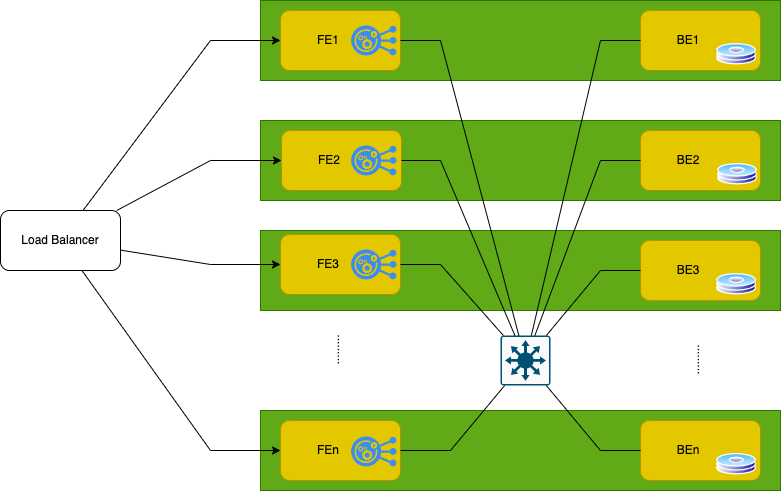
psaghelyi/pystorage keeps this draw.io diagram as pystorage.drawio.png. Above is the earlier version. Source tidied: cells renumbered, new cells last; positions are measured from the earlier drawing's top-left corner, leaving out a move shared by most shapes.
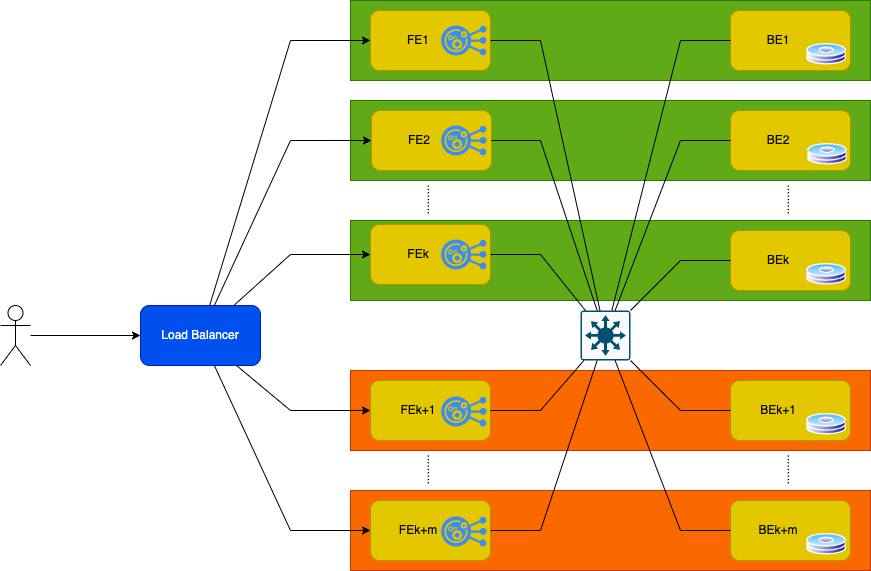
The same file after the commit.

The edit, as a diff of the source:
```diff
@@ -2,161 +2,209 @@
   <root>
     <mxCell id="0" />
     <mxCell id="1" parent="0" />
-    <mxCell id="2" style="rounded=0;whiteSpace=wrap;html=1;fillColor=#60a917;strokeColor=#2D7600;fontColor=#ffffff;" parent="1" vertex="1">
-      <mxGeometry x="260" y="410" width="520" height="80" as="geometry" />
+    <mxCell id="2" style="rounded=0;whiteSpace=wrap;html=1;fillColor=#fa6800;strokeColor=#C73500;fontColor=#000000;" parent="1" vertex="1">
+      <mxGeometry x="350" y="310" width="520" height="80" as="geometry" />
     </mxCell>
     <mxCell id="3" style="rounded=0;whiteSpace=wrap;html=1;fillColor=#60a917;strokeColor=#2D7600;fontColor=#ffffff;" parent="1" vertex="1">
-      <mxGeometry x="260" y="230" width="520" height="80" as="geometry" />
+      <mxGeometry x="350" y="160" width="520" height="80" as="geometry" />
     </mxCell>
     <mxCell id="4" style="rounded=0;whiteSpace=wrap;html=1;fillColor=#60a917;strokeColor=#2D7600;fontColor=#ffffff;" parent="1" vertex="1">
-      <mxGeometry x="260" y="120" width="520" height="80" as="geometry" />
+      <mxGeometry x="350" y="40" width="520" height="80" as="geometry" />
     </mxCell>
     <mxCell id="5" style="rounded=0;whiteSpace=wrap;html=1;fillColor=#60a917;strokeColor=#2D7600;fontColor=#ffffff;" parent="1" vertex="1">
-      <mxGeometry x="260" width="520" height="80" as="geometry" />
+      <mxGeometry x="350" y="-60" width="520" height="80" as="geometry" />
     </mxCell>
-    <mxCell id="6" value="Load Balancer" style="rounded=1;whiteSpace=wrap;html=1;" parent="1" vertex="1">
-      <mxGeometry y="210" width="120" height="60" as="geometry" />
+    <mxCell id="6" value="Load Balancer" style="rounded=1;whiteSpace=wrap;html=1;fillColor=#0050ef;fontColor=#ffffff;strokeColor=#001DBC;" parent="1" vertex="1">
+      <mxGeometry x="140" y="245" width="120" height="60" as="geometry" />
     </mxCell>
     <mxCell id="7" value="FE1" style="rounded=1;whiteSpace=wrap;html=1;fillColor=#e3c800;fontColor=#000000;strokeColor=#B09500;spacingRight=24;" parent="1" vertex="1">
-      <mxGeometry x="280" y="10" width="120" height="60" as="geometry" />
+      <mxGeometry x="370" y="-50" width="120" height="60" as="geometry" />
     </mxCell>
     <mxCell id="8" value="FE2" style="rounded=1;whiteSpace=wrap;html=1;fillColor=#e3c800;fontColor=#000000;strokeColor=#B09500;spacingRight=24;" parent="1" vertex="1">
-      <mxGeometry x="281" y="130" width="120" height="60" as="geometry" />
+      <mxGeometry x="371" y="50" width="120" height="60" as="geometry" />
     </mxCell>
-    <mxCell id="9" value="FE3" style="rounded=1;whiteSpace=wrap;html=1;fillColor=#e3c800;fontColor=#000000;strokeColor=#B09500;spacingRight=24;" parent="1" vertex="1">
-      <mxGeometry x="280" y="234" width="120" height="60" as="geometry" />
+    <mxCell id="9" value="FEk" style="rounded=1;whiteSpace=wrap;html=1;fillColor=#e3c800;fontColor=#000000;strokeColor=#B09500;spacingRight=24;" parent="1" vertex="1">
+      <mxGeometry x="370" y="164" width="120" height="60" as="geometry" />
     </mxCell>
-    <mxCell id="10" value="FEn" style="rounded=1;whiteSpace=wrap;html=1;fillColor=#e3c800;fontColor=#000000;strokeColor=#B09500;spacingRight=24;" parent="1" vertex="1">
-      <mxGeometry x="280" y="420" width="120" height="60" as="geometry" />
+    <mxCell id="10" value="FEk+1" style="rounded=1;whiteSpace=wrap;html=1;fillColor=#e3c800;fontColor=#000000;strokeColor=#B09500;spacingRight=24;" parent="1" vertex="1">
+      <mxGeometry x="370" y="320" width="120" height="60" as="geometry" />
     </mxCell>
     <mxCell id="11" value="BE1" style="rounded=1;whiteSpace=wrap;html=1;fillColor=#e3c800;fontColor=#000000;strokeColor=#B09500;spacingRight=24;" parent="1" vertex="1">
-      <mxGeometry x="640" y="10" width="120" height="60" as="geometry" />
+      <mxGeometry x="730" y="-50" width="120" height="60" as="geometry" />
     </mxCell>
     <mxCell id="12" value="BE2" style="rounded=1;whiteSpace=wrap;html=1;fillColor=#e3c800;fontColor=#000000;strokeColor=#B09500;spacingRight=24;" parent="1" vertex="1">
-      <mxGeometry x="640" y="130" width="120" height="60" as="geometry" />
+      <mxGeometry x="730" y="50" width="120" height="60" as="geometry" />
     </mxCell>
-    <mxCell id="13" value="BE3" style="rounded=1;whiteSpace=wrap;html=1;fillColor=#e3c800;fontColor=#000000;strokeColor=#B09500;spacingRight=24;" parent="1" vertex="1">
-      <mxGeometry x="640" y="240" width="120" height="60" as="geometry" />
+    <mxCell id="13" value="BEk" style="rounded=1;whiteSpace=wrap;html=1;fillColor=#e3c800;fontColor=#000000;strokeColor=#B09500;spacingRight=24;" parent="1" vertex="1">
+      <mxGeometry x="730" y="170" width="120" height="60" as="geometry" />
     </mxCell>
-    <mxCell id="14" value="BEn" style="rounded=1;whiteSpace=wrap;html=1;fillColor=#e3c800;fontColor=#000000;strokeColor=#B09500;spacingRight=24;" parent="1" vertex="1">
-      <mxGeometry x="640" y="420" width="120" height="60" as="geometry" />
+    <mxCell id="14" value="BEk+1" style="rounded=1;whiteSpace=wrap;html=1;fillColor=#e3c800;fontColor=#000000;strokeColor=#B09500;spacingRight=24;" parent="1" vertex="1">
+      <mxGeometry x="730" y="320" width="120" height="60" as="geometry" />
     </mxCell>
     <mxCell id="15" style="sketch=0;points=[[0.015,0.015,0],[0.985,0.015,0],[0.985,0.985,0],[0.015,0.985,0],[0.25,0,0],[0.5,0,0],[0.75,0,0],[1,0.25,0],[1,0.5,0],[1,0.75,0],[0.75,1,0],[0.5,1,0],[0.25,1,0],[0,0.75,0],[0,0.5,0],[0,0.25,0]];verticalLabelPosition=bottom;html=1;verticalAlign=top;align=center;shape=mxgraph.cisco19.rect;prIcon=l3_switch;fillColor=#FAFAFA;strokeColor=#005073;" parent="1" vertex="1">
-      <mxGeometry x="500" y="335" width="50" height="50" as="geometry" />
+      <mxGeometry x="580" y="250" width="50" height="50" as="geometry" />
     </mxCell>
     <mxCell id="16" style="endArrow=none;html=1;rounded=0;" parent="1" edge="1" source="15" target="7">
       <mxGeometry relative="1" as="geometry">
         <Array as="points">
-          <mxPoint x="440" y="40" />
+          <mxPoint x="540" y="-20" />
         </Array>
       </mxGeometry>
     </mxCell>
     <mxCell id="17" style="endArrow=none;html=1;rounded=0;" parent="1" edge="1" source="15" target="8">
       <mxGeometry relative="1" as="geometry">
         <Array as="points">
-          <mxPoint x="440" y="160" />
+          <mxPoint x="540" y="80" />
         </Array>
       </mxGeometry>
     </mxCell>
     <mxCell id="18" style="endArrow=none;html=1;rounded=0;" parent="1" edge="1" source="15" target="9">
       <mxGeometry relative="1" as="geometry">
         <Array as="points">
-          <mxPoint x="440" y="264" />
+          <mxPoint x="540" y="194" />
         </Array>
       </mxGeometry>
     </mxCell>
-    <mxCell id="19" style="endArrow=none;html=1;rounded=0;" parent="1" edge="1" source="15" target="10">
-      <mxGeometry relative="1" as="geometry">
-        <Array as="points">
-          <mxPoint x="450" y="450" />
-        </Array>
-      </mxGeometry>
-    </mxCell>
     <mxCell id="20" style="endArrow=none;html=1;rounded=0;" parent="1" edge="1" source="15" target="11">
       <mxGeometry relative="1" as="geometry">
         <Array as="points">
-          <mxPoint x="600" y="40" />
+          <mxPoint x="680" y="-20" />
         </Array>
       </mxGeometry>
     </mxCell>
     <mxCell id="21" style="endArrow=none;html=1;rounded=0;" parent="1" edge="1" source="15" target="12">
       <mxGeometry relative="1" as="geometry">
         <Array as="points">
-          <mxPoint x="600" y="160" />
+          <mxPoint x="680" y="80" />
         </Array>
       </mxGeometry>
     </mxCell>
     <mxCell id="22" style="endArrow=none;html=1;rounded=0;" parent="1" edge="1" source="15" target="13">
       <mxGeometry relative="1" as="geometry">
         <Array as="points">
-          <mxPoint x="600" y="270" />
+          <mxPoint x="680" y="200" />
         </Array>
       </mxGeometry>
     </mxCell>
-    <mxCell id="23" style="endArrow=none;html=1;rounded=0;" parent="1" edge="1" source="15" target="14">
-      <mxGeometry relative="1" as="geometry">
-        <Array as="points">
-          <mxPoint x="600" y="450" />
-        </Array>
-      </mxGeometry>
-    </mxCell>
     <mxCell id="24" style="endArrow=classic;html=1;rounded=0;" parent="1" edge="1" source="6" target="7">
       <mxGeometry relative="1" as="geometry">
         <Array as="points">
-          <mxPoint x="210" y="40" />
+          <mxPoint x="290" y="-20" />
         </Array>
       </mxGeometry>
     </mxCell>
     <mxCell id="25" style="endArrow=classic;html=1;rounded=0;" parent="1" edge="1" source="6" target="8">
       <mxGeometry relative="1" as="geometry">
         <Array as="points">
-          <mxPoint x="210" y="160" />
+          <mxPoint x="290" y="80" />
         </Array>
       </mxGeometry>
     </mxCell>
     <mxCell id="26" style="endArrow=classic;html=1;rounded=0;" parent="1" edge="1" source="6" target="9">
       <mxGeometry relative="1" as="geometry">
         <Array as="points">
-          <mxPoint x="210" y="264" />
+          <mxPoint x="290" y="194" />
         </Array>
       </mxGeometry>
     </mxCell>
     <mxCell id="27" style="endArrow=classic;html=1;rounded=0;" parent="1" edge="1" source="6" target="10">
       <mxGeometry relative="1" as="geometry">
         <Array as="points">
-          <mxPoint x="210" y="450" />
+          <mxPoint x="290" y="350" />
         </Array>
       </mxGeometry>
     </mxCell>
     <mxCell id="28" value="........." style="text;html=1;align=center;verticalAlign=middle;strokeColor=none;fillColor=none;horizontal=0;" parent="1" vertex="1">
-      <mxGeometry x="310" y="340" width="50" height="20" as="geometry" />
+      <mxGeometry x="400" y="130" width="50" height="20" as="geometry" />
     </mxCell>
     <mxCell id="29" value="........." style="text;html=1;align=center;verticalAlign=middle;strokeColor=none;fillColor=none;horizontal=0;" parent="1" vertex="1">
-      <mxGeometry x="670" y="350" width="50" height="20" as="geometry" />
+      <mxGeometry x="760" y="130" width="50" height="20" as="geometry" />
     </mxCell>
     <mxCell id="30" style="perimeter=ellipsePerimeter;html=1;align=center;shadow=0;dashed=0;spacingTop=3;image;image=img/lib/active_directory/hard_disk.svg;" parent="1" vertex="1">
-      <mxGeometry x="716" y="43" width="40" height="21.6" as="geometry" />
+      <mxGeometry x="806" y="-17" width="40" height="21.6" as="geometry" />
     </mxCell>
     <mxCell id="31" style="perimeter=ellipsePerimeter;html=1;align=center;shadow=0;dashed=0;spacingTop=3;image;image=img/lib/active_directory/hard_disk.svg;" parent="1" vertex="1">
-      <mxGeometry x="717" y="163" width="40" height="21.6" as="geometry" />
+      <mxGeometry x="807" y="83" width="40" height="21.6" as="geometry" />
     </mxCell>
     <mxCell id="32" style="perimeter=ellipsePerimeter;html=1;align=center;shadow=0;dashed=0;spacingTop=3;image;image=img/lib/active_directory/hard_disk.svg;" parent="1" vertex="1">
-      <mxGeometry x="716" y="273" width="40" height="21.6" as="geometry" />
+      <mxGeometry x="806" y="203" width="40" height="21.6" as="geometry" />
     </mxCell>
     <mxCell id="33" style="perimeter=ellipsePerimeter;html=1;align=center;shadow=0;dashed=0;spacingTop=3;image;image=img/lib/active_directory/hard_disk.svg;" parent="1" vertex="1">
-      <mxGeometry x="716" y="453" width="40" height="21.6" as="geometry" />
+      <mxGeometry x="806" y="353" width="40" height="21.6" as="geometry" />
     </mxCell>
     <mxCell id="34" style="sketch=0;html=1;strokeColor=none;shadow=0;align=center;verticalAlign=top;fillColor=#3B8DF1;shape=mxgraph.gcp2.replication_controller_3;" parent="1" vertex="1">
-      <mxGeometry x="350.6" y="25" width="45.5" height="30" as="geometry" />
+      <mxGeometry x="440.5" y="-35" width="45.5" height="30" as="geometry" />
     </mxCell>
     <mxCell id="35" style="sketch=0;html=1;strokeColor=none;shadow=0;align=center;verticalAlign=top;fillColor=#3B8DF1;shape=mxgraph.gcp2.replication_controller_3;" parent="1" vertex="1">
-      <mxGeometry x="350.6" y="145" width="45.5" height="30" as="geometry" />
+      <mxGeometry x="440.5" y="65" width="45.5" height="30" as="geometry" />
     </mxCell>
     <mxCell id="36" style="sketch=0;html=1;strokeColor=none;shadow=0;align=center;verticalAlign=top;fillColor=#3B8DF1;shape=mxgraph.gcp2.replication_controller_3;" parent="1" vertex="1">
-      <mxGeometry x="350.6" y="249" width="45.5" height="30" as="geometry" />
+      <mxGeometry x="440.5" y="179" width="45.5" height="30" as="geometry" />
     </mxCell>
     <mxCell id="37" style="sketch=0;html=1;strokeColor=none;shadow=0;align=center;verticalAlign=top;fillColor=#3B8DF1;shape=mxgraph.gcp2.replication_controller_3;" parent="1" vertex="1">
-      <mxGeometry x="350.6" y="436" width="45.5" height="30" as="geometry" />
+      <mxGeometry x="440.5" y="336" width="45.5" height="30" as="geometry" />
     </mxCell>
+    <mxCell id="38" style="rounded=0;whiteSpace=wrap;html=1;fillColor=#fa6800;strokeColor=#C73500;fontColor=#000000;" parent="1" vertex="1">
+      <mxGeometry x="350" y="430" width="520" height="80" as="geometry" />
+    </mxCell>
+    <mxCell id="39" value="FEk+m" style="rounded=1;whiteSpace=wrap;html=1;fillColor=#e3c800;fontColor=#000000;strokeColor=#B09500;spacingRight=24;" parent="1" vertex="1">
+      <mxGeometry x="370" y="440" width="120" height="60" as="geometry" />
+    </mxCell>
+    <mxCell id="40" value="BEk+m" style="rounded=1;whiteSpace=wrap;html=1;fillColor=#e3c800;fontColor=#000000;strokeColor=#B09500;spacingRight=24;" parent="1" vertex="1">
+      <mxGeometry x="730" y="440" width="120" height="60" as="geometry" />
+    </mxCell>
+    <mxCell id="41" style="endArrow=none;html=1;rounded=0;" parent="1" edge="1" source="15" target="39">
+      <mxGeometry relative="1" as="geometry">
+        <Array as="points">
+          <mxPoint x="540" y="470" />
+        </Array>
+      </mxGeometry>
+    </mxCell>
+    <mxCell id="42" style="endArrow=none;html=1;rounded=0;" parent="1" edge="1" source="15" target="40">
+      <mxGeometry relative="1" as="geometry">
+        <Array as="points">
+          <mxPoint x="680" y="470" />
+        </Array>
+      </mxGeometry>
+    </mxCell>
+    <mxCell id="43" style="perimeter=ellipsePerimeter;html=1;align=center;shadow=0;dashed=0;spacingTop=3;image;image=img/lib/active_directory/hard_disk.svg;" parent="1" vertex="1">
+      <mxGeometry x="806" y="473" width="40" height="21.6" as="geometry" />
+    </mxCell>
+    <mxCell id="44" style="sketch=0;html=1;strokeColor=none;shadow=0;align=center;verticalAlign=top;fillColor=#3B8DF1;shape=mxgraph.gcp2.replication_controller_3;" parent="1" vertex="1">
+      <mxGeometry x="440.5" y="456" width="45.5" height="30" as="geometry" />
+    </mxCell>
+    <mxCell id="45" value="........." style="text;html=1;align=center;verticalAlign=middle;strokeColor=none;fillColor=none;horizontal=0;" parent="1" vertex="1">
+      <mxGeometry x="400" y="400" width="50" height="20" as="geometry" />
+    </mxCell>
+    <mxCell id="46" value="........." style="text;html=1;align=center;verticalAlign=middle;strokeColor=none;fillColor=none;horizontal=0;" parent="1" vertex="1">
+      <mxGeometry x="760" y="400" width="50" height="20" as="geometry" />
+    </mxCell>
+    <mxCell id="19" style="endArrow=none;html=1;rounded=0;" parent="1" edge="1" source="15" target="10">
+      <mxGeometry relative="1" as="geometry">
+        <Array as="points">
+          <mxPoint x="540" y="350" />
+        </Array>
+      </mxGeometry>
+    </mxCell>
+    <mxCell id="23" style="endArrow=none;html=1;rounded=0;" parent="1" edge="1" source="15" target="14">
+      <mxGeometry relative="1" as="geometry">
+        <Array as="points">
+          <mxPoint x="680" y="350" />
+        </Array>
+      </mxGeometry>
+    </mxCell>
+    <mxCell id="47" style="endArrow=classic;html=1;rounded=0;" parent="1" edge="1" source="6" target="39">
+      <mxGeometry relative="1" as="geometry">
+        <Array as="points">
+          <mxPoint x="290" y="470" />
+        </Array>
+      </mxGeometry>
+    </mxCell>
+    <mxCell id="48" style="shape=umlActor;verticalLabelPosition=bottom;verticalAlign=top;html=1;outlineConnect=0;" parent="1" vertex="1">
+      <mxGeometry y="245" width="30" height="60" as="geometry" />
+    </mxCell>
+    <mxCell id="49" style="endArrow=classic;html=1;rounded=0;" parent="1" edge="1" source="48" target="6">
+      <mxGeometry relative="1" as="geometry" />
+    </mxCell>
   </root>
 </mxGraphModel>
```
